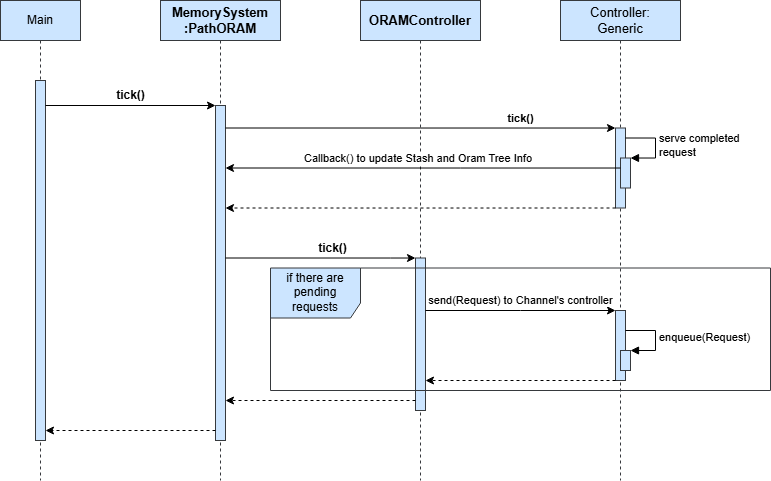
Earlier version of the draw.io export diagrams/SD_PathORAM_ProcessRequest_Reading.drawio.png (emanueledim/ramulator2_pathoram). Source tidied: cells renumbered, new cells last; positions are measured from the earlier drawing's top-left corner, leaving out a move shared by most shapes. Source of this version:
```xml
<mxGraphModel>
  <root>
    <mxCell id="0" />
    <mxCell id="1" parent="0" />
    <mxCell id="2" value="Main" style="shape=umlLifeline;perimeter=lifelinePerimeter;whiteSpace=wrap;html=1;newEdgeStyle={&quot;curved&quot;:0,&quot;rounded&quot;:0};fillColor=#cce5ff;strokeColor=#36393d;" parent="1" vertex="1">
      <mxGeometry width="80" height="480" as="geometry" />
    </mxCell>
    <mxCell id="3" style="html=1;points=[[0,0,0,0,5],[0,1,0,0,-5],[1,0,0,0,5],[1,1,0,0,-5]];perimeter=orthogonalPerimeter;outlineConnect=0;targetShapes=umlLifeline;portConstraint=eastwest;newEdgeStyle={&quot;curved&quot;:0,&quot;rounded&quot;:0};fillColor=#cce5ff;strokeColor=#36393d;fontSize=13;" parent="2" vertex="1">
      <mxGeometry x="35" y="80" width="10" height="360" as="geometry" />
    </mxCell>
    <mxCell id="4" value="MemorySystem&lt;br&gt;:PathORAM" style="shape=umlLifeline;perimeter=lifelinePerimeter;whiteSpace=wrap;html=1;newEdgeStyle={&quot;curved&quot;:0,&quot;rounded&quot;:0};fillColor=#cce5ff;strokeColor=#36393d;fontSize=13;fontStyle=1;" parent="1" vertex="1">
      <mxGeometry x="160" width="120" height="480" as="geometry" />
    </mxCell>
    <mxCell id="5" style="html=1;points=[[0,0,0,0,5],[0,1,0,0,-5],[1,0,0,0,5],[1,1,0,0,-5]];perimeter=orthogonalPerimeter;outlineConnect=0;targetShapes=umlLifeline;portConstraint=eastwest;newEdgeStyle={&quot;curved&quot;:0,&quot;rounded&quot;:0};fillColor=#cce5ff;strokeColor=#36393d;fontSize=13;" parent="4" vertex="1">
      <mxGeometry x="55" y="105" width="10" height="335" as="geometry" />
    </mxCell>
    <mxCell id="6" value="Controller:&lt;br&gt;Generic" style="shape=umlLifeline;perimeter=lifelinePerimeter;whiteSpace=wrap;html=1;newEdgeStyle={&quot;curved&quot;:0,&quot;rounded&quot;:0};fillColor=#cce5ff;strokeColor=#36393d;fontSize=13;" parent="1" vertex="1">
      <mxGeometry x="560" width="120" height="480" as="geometry" />
    </mxCell>
    <mxCell id="7" style="edgeStyle=orthogonalEdgeStyle;rounded=0;orthogonalLoop=1;jettySize=auto;html=1;curved=0;fontSize=13;entryX=0;entryY=0;entryDx=0;entryDy=5;entryPerimeter=0;" parent="1" edge="1">
      <mxGeometry relative="1" as="geometry">
        <mxPoint x="45" y="105" as="sourcePoint" />
        <mxPoint x="215" y="105" as="targetPoint" />
      </mxGeometry>
    </mxCell>
    <mxCell id="8" value="tick()" style="edgeLabel;html=1;align=center;verticalAlign=middle;fontSize=12;fontStyle=1;" parent="7" vertex="1">
      <mxGeometry x="-0.22" y="1" relative="1" as="geometry">
        <mxPoint x="19" y="-9" as="offset" />
      </mxGeometry>
    </mxCell>
    <mxCell id="9" value="ORAMController" style="shape=umlLifeline;perimeter=lifelinePerimeter;whiteSpace=wrap;html=1;newEdgeStyle={&quot;curved&quot;:0,&quot;rounded&quot;:0};fillColor=#cce5ff;strokeColor=#36393d;fontSize=13;fontStyle=1;" parent="1" vertex="1">
      <mxGeometry x="360" width="120" height="480" as="geometry" />
    </mxCell>
    <mxCell id="10" style="html=1;points=[[0,0,0,0,5],[0,1,0,0,-5],[1,0,0,0,5],[1,1,0,0,-5]];perimeter=orthogonalPerimeter;outlineConnect=0;targetShapes=umlLifeline;portConstraint=eastwest;newEdgeStyle={&quot;curved&quot;:0,&quot;rounded&quot;:0};fillColor=#cce5ff;strokeColor=#36393d;" parent="9" vertex="1">
      <mxGeometry x="255" y="127.5" width="10" height="80" as="geometry" />
    </mxCell>
    <mxCell id="11" style="html=1;points=[[0,0,0,0,5],[0,1,0,0,-5],[1,0,0,0,5],[1,1,0,0,-5]];perimeter=orthogonalPerimeter;outlineConnect=0;targetShapes=umlLifeline;portConstraint=eastwest;newEdgeStyle={&quot;curved&quot;:0,&quot;rounded&quot;:0};fillColor=#cce5ff;strokeColor=#36393d;" parent="9" vertex="1">
      <mxGeometry x="260" y="157.5" width="10" height="30" as="geometry" />
    </mxCell>
    <mxCell id="12" value="serve completed&lt;br&gt;request" style="html=1;align=left;spacingLeft=2;endArrow=block;rounded=0;edgeStyle=orthogonalEdgeStyle;curved=0;rounded=0;" parent="9" edge="1" target="11">
      <mxGeometry relative="1" as="geometry">
        <mxPoint x="265" y="137.5" as="sourcePoint" />
        <Array as="points">
          <mxPoint x="295" y="137.5" />
          <mxPoint x="295" y="157.5" />
        </Array>
      </mxGeometry>
    </mxCell>
    <mxCell id="13" style="html=1;points=[[0,0,0,0,5],[0,1,0,0,-5],[1,0,0,0,5],[1,1,0,0,-5]];perimeter=orthogonalPerimeter;outlineConnect=0;targetShapes=umlLifeline;portConstraint=eastwest;newEdgeStyle={&quot;curved&quot;:0,&quot;rounded&quot;:0};fillColor=#cce5ff;strokeColor=#36393d;fontSize=13;" parent="9" vertex="1">
      <mxGeometry x="255" y="310" width="10" height="70" as="geometry" />
    </mxCell>
    <mxCell id="14" style="html=1;points=[[0,0,0,0,5],[0,1,0,0,-5],[1,0,0,0,5],[1,1,0,0,-5]];perimeter=orthogonalPerimeter;outlineConnect=0;targetShapes=umlLifeline;portConstraint=eastwest;newEdgeStyle={&quot;curved&quot;:0,&quot;rounded&quot;:0};fillColor=#cce5ff;strokeColor=#36393d;fontSize=13;" parent="9" vertex="1">
      <mxGeometry x="55" y="257.5" width="10" height="152.5" as="geometry" />
    </mxCell>
    <mxCell id="15" style="edgeStyle=orthogonalEdgeStyle;rounded=0;jettySize=auto;html=1;curved=0;" parent="9" edge="1" source="14" target="13">
      <mxGeometry relative="1" as="geometry">
        <Array as="points">
          <mxPoint x="160" y="310" />
          <mxPoint x="160" y="310" />
        </Array>
      </mxGeometry>
    </mxCell>
    <mxCell id="16" value="send(Request) to Channel's controller" style="edgeLabel;html=1;align=center;verticalAlign=middle;" parent="15" vertex="1">
      <mxGeometry x="-0.29" y="2" relative="1" as="geometry">
        <mxPoint x="27" y="-8" as="offset" />
      </mxGeometry>
    </mxCell>
    <mxCell id="17" style="edgeStyle=orthogonalEdgeStyle;rounded=0;orthogonalLoop=1;jettySize=auto;html=1;curved=0;dashed=1;" parent="9" edge="1">
      <mxGeometry relative="1" as="geometry">
        <mxPoint x="255" y="380" as="sourcePoint" />
        <mxPoint x="65" y="380" as="targetPoint" />
        <Array as="points">
          <mxPoint x="140" y="380" />
          <mxPoint x="140" y="380" />
        </Array>
      </mxGeometry>
    </mxCell>
    <mxCell id="18" value="tick()" style="edgeStyle=orthogonalEdgeStyle;rounded=0;jettySize=auto;html=1;curved=0;fontStyle=1;" parent="9" edge="1" target="10">
      <mxGeometry x="0.51" y="10" relative="1" as="geometry">
        <mxPoint x="-135" y="127.5" as="sourcePoint" />
        <Array as="points">
          <mxPoint x="60" y="127.5" />
          <mxPoint x="60" y="127.5" />
        </Array>
      </mxGeometry>
    </mxCell>
    <mxCell id="19" style="edgeStyle=orthogonalEdgeStyle;rounded=0;jettySize=auto;html=1;curved=0;dashed=1;" parent="9" edge="1" source="10">
      <mxGeometry relative="1" as="geometry">
        <mxPoint x="-135" y="207.5" as="targetPoint" />
        <Array as="points">
          <mxPoint x="70" y="207.5" />
          <mxPoint x="70" y="207.5" />
        </Array>
      </mxGeometry>
    </mxCell>
    <mxCell id="20" style="edgeStyle=orthogonalEdgeStyle;rounded=0;jettySize=auto;html=1;curved=0;fontSize=13;" parent="9" edge="1" target="14">
      <mxGeometry relative="1" as="geometry">
        <mxPoint x="-135" y="257.5" as="sourcePoint" />
        <Array as="points">
          <mxPoint x="30" y="257.5" />
          <mxPoint x="30" y="257.5" />
        </Array>
      </mxGeometry>
    </mxCell>
    <mxCell id="21" value="tick()" style="edgeLabel;html=1;align=center;verticalAlign=middle;fontSize=12;fontStyle=1;" parent="20" vertex="1">
      <mxGeometry x="-0.19" y="1" relative="1" as="geometry">
        <mxPoint x="29" y="-9" as="offset" />
      </mxGeometry>
    </mxCell>
    <mxCell id="22" value="Callback() to update Stash and Oram Tree Info&amp;nbsp;" style="edgeStyle=orthogonalEdgeStyle;rounded=0;jettySize=auto;html=1;curved=0;" parent="9" edge="1" source="11">
      <mxGeometry x="0.02" y="-10" relative="1" as="geometry">
        <mxPoint x="-135" y="167.5" as="targetPoint" />
        <Array as="points">
          <mxPoint x="100" y="167.5" />
          <mxPoint x="100" y="167.5" />
        </Array>
      </mxGeometry>
    </mxCell>
    <mxCell id="23" value="if there are pending requests" style="shape=umlFrame;whiteSpace=wrap;html=1;width=90;height=50;fillColor=#cce5ff;strokeColor=#36393d;" parent="9" vertex="1">
      <mxGeometry x="-90" y="267.5" width="500" height="122.5" as="geometry" />
    </mxCell>
    <mxCell id="24" style="edgeStyle=orthogonalEdgeStyle;rounded=0;jettySize=auto;html=1;curved=0;dashed=1;" parent="1" edge="1" source="5" target="3">
      <mxGeometry relative="1" as="geometry">
        <Array as="points">
          <mxPoint x="150" y="430" />
          <mxPoint x="150" y="430" />
        </Array>
      </mxGeometry>
    </mxCell>
    <mxCell id="25" style="html=1;points=[[0,0,0,0,5],[0,1,0,0,-5],[1,0,0,0,5],[1,1,0,0,-5]];perimeter=orthogonalPerimeter;outlineConnect=0;targetShapes=umlLifeline;portConstraint=eastwest;newEdgeStyle={&quot;curved&quot;:0,&quot;rounded&quot;:0};fillColor=#cce5ff;strokeColor=#36393d;" parent="1" vertex="1">
      <mxGeometry x="620" y="350" width="10" height="20" as="geometry" />
    </mxCell>
    <mxCell id="26" value="enqueue(Request)" style="html=1;align=left;spacingLeft=2;endArrow=block;rounded=0;edgeStyle=orthogonalEdgeStyle;curved=0;rounded=0;" parent="1" edge="1" target="25">
      <mxGeometry relative="1" as="geometry">
        <mxPoint x="625" y="330" as="sourcePoint" />
        <Array as="points">
          <mxPoint x="655" y="330" />
          <mxPoint x="655" y="350" />
        </Array>
      </mxGeometry>
    </mxCell>
    <mxCell id="27" style="edgeStyle=orthogonalEdgeStyle;rounded=0;jettySize=auto;html=1;curved=0;dashed=1;" parent="1" edge="1" source="14" target="5">
      <mxGeometry relative="1" as="geometry">
        <Array as="points">
          <mxPoint x="320" y="400" />
          <mxPoint x="320" y="400" />
        </Array>
      </mxGeometry>
    </mxCell>
  </root>
</mxGraphModel>
```
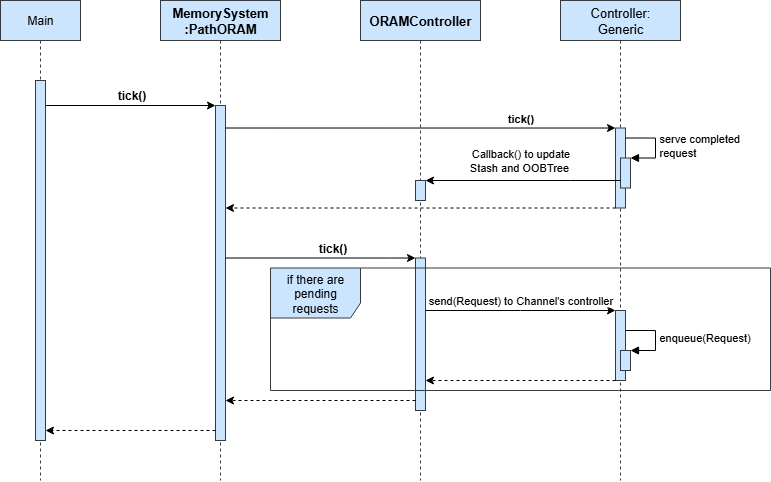
Above is the later version.

Change to the diagram source:
```diff
@@ -17,20 +17,23 @@
     <mxCell id="6" value="Controller:&lt;br&gt;Generic" style="shape=umlLifeline;perimeter=lifelinePerimeter;whiteSpace=wrap;html=1;newEdgeStyle={&quot;curved&quot;:0,&quot;rounded&quot;:0};fillColor=#cce5ff;strokeColor=#36393d;fontSize=13;" parent="1" vertex="1">
       <mxGeometry x="560" width="120" height="480" as="geometry" />
     </mxCell>
-    <mxCell id="7" style="edgeStyle=orthogonalEdgeStyle;rounded=0;orthogonalLoop=1;jettySize=auto;html=1;curved=0;fontSize=13;entryX=0;entryY=0;entryDx=0;entryDy=5;entryPerimeter=0;" parent="1" edge="1">
-      <mxGeometry relative="1" as="geometry">
-        <mxPoint x="45" y="105" as="sourcePoint" />
-        <mxPoint x="215" y="105" as="targetPoint" />
-      </mxGeometry>
-    </mxCell>
-    <mxCell id="8" value="tick()" style="edgeLabel;html=1;align=center;verticalAlign=middle;fontSize=12;fontStyle=1;" parent="7" vertex="1">
-      <mxGeometry x="-0.22" y="1" relative="1" as="geometry">
-        <mxPoint x="19" y="-9" as="offset" />
-      </mxGeometry>
-    </mxCell>
+    <mxCell id="28" style="edgeStyle=orthogonalEdgeStyle;rounded=0;orthogonalLoop=1;jettySize=auto;html=1;curved=0;fontSize=13;entryX=0;entryY=0;entryDx=0;entryDy=5;entryPerimeter=0;" parent="1" edge="1">
+      <mxGeometry relative="1" as="geometry">
+        <mxPoint x="45" y="105" as="sourcePoint" />
+        <mxPoint x="215" y="105" as="targetPoint" />
+      </mxGeometry>
+    </mxCell>
+    <mxCell id="29" value="tick()" style="edgeLabel;html=1;align=center;verticalAlign=middle;fontSize=12;fontStyle=1;" parent="28" vertex="1">
+      <mxGeometry x="-0.22" y="1" relative="1" as="geometry">
+        <mxPoint x="19" y="-9" as="offset" />
+      </mxGeometry>
+    </mxCell>
     <mxCell id="9" value="ORAMController" style="shape=umlLifeline;perimeter=lifelinePerimeter;whiteSpace=wrap;html=1;newEdgeStyle={&quot;curved&quot;:0,&quot;rounded&quot;:0};fillColor=#cce5ff;strokeColor=#36393d;fontSize=13;fontStyle=1;" parent="1" vertex="1">
       <mxGeometry x="360" width="120" height="480" as="geometry" />
     </mxCell>
+    <mxCell id="30" style="html=1;perimeter=orthogonalPerimeter;targetShapes=umlLifeline;newEdgeStyle={&quot;curved&quot;:0,&quot;rounded&quot;:0};fillColor=#cce5ff;strokeColor=#36393d;" parent="9" vertex="1">
+      <mxGeometry x="55" y="180" width="10" height="20" as="geometry" />
+    </mxCell>
     <mxCell id="10" style="html=1;points=[[0,0,0,0,5],[0,1,0,0,-5],[1,0,0,0,5],[1,1,0,0,-5]];perimeter=orthogonalPerimeter;outlineConnect=0;targetShapes=umlLifeline;portConstraint=eastwest;newEdgeStyle={&quot;curved&quot;:0,&quot;rounded&quot;:0};fillColor=#cce5ff;strokeColor=#36393d;" parent="9" vertex="1">
       <mxGeometry x="255" y="127.5" width="10" height="80" as="geometry" />
     </mxCell>
@@ -65,16 +68,16 @@
         <mxPoint x="27" y="-8" as="offset" />
       </mxGeometry>
     </mxCell>
-    <mxCell id="17" style="edgeStyle=orthogonalEdgeStyle;rounded=0;orthogonalLoop=1;jettySize=auto;html=1;curved=0;dashed=1;" parent="9" edge="1">
-      <mxGeometry relative="1" as="geometry">
-        <mxPoint x="255" y="380" as="sourcePoint" />
-        <mxPoint x="65" y="380" as="targetPoint" />
-        <Array as="points">
-          <mxPoint x="140" y="380" />
-          <mxPoint x="140" y="380" />
-        </Array>
-      </mxGeometry>
-    </mxCell>
+    <mxCell id="31" style="edgeStyle=orthogonalEdgeStyle;rounded=0;orthogonalLoop=1;jettySize=auto;html=1;curved=0;dashed=1;" parent="9" edge="1">
+      <mxGeometry relative="1" as="geometry">
+        <mxPoint x="255" y="380" as="sourcePoint" />
+        <mxPoint x="65" y="380" as="targetPoint" />
+        <Array as="points">
+          <mxPoint x="140" y="380" />
+          <mxPoint x="140" y="380" />
+        </Array>
+      </mxGeometry>
+    </mxCell>
     <mxCell id="18" value="tick()" style="edgeStyle=orthogonalEdgeStyle;rounded=0;jettySize=auto;html=1;curved=0;fontStyle=1;" parent="9" edge="1" target="10">
       <mxGeometry x="0.51" y="10" relative="1" as="geometry">
         <mxPoint x="-135" y="127.5" as="sourcePoint" />
@@ -84,38 +87,38 @@
         </Array>
       </mxGeometry>
     </mxCell>
-    <mxCell id="19" style="edgeStyle=orthogonalEdgeStyle;rounded=0;jettySize=auto;html=1;curved=0;dashed=1;" parent="9" edge="1" source="10">
-      <mxGeometry relative="1" as="geometry">
-        <mxPoint x="-135" y="207.5" as="targetPoint" />
-        <Array as="points">
-          <mxPoint x="70" y="207.5" />
-          <mxPoint x="70" y="207.5" />
-        </Array>
-      </mxGeometry>
-    </mxCell>
-    <mxCell id="20" style="edgeStyle=orthogonalEdgeStyle;rounded=0;jettySize=auto;html=1;curved=0;fontSize=13;" parent="9" edge="1" target="14">
-      <mxGeometry relative="1" as="geometry">
-        <mxPoint x="-135" y="257.5" as="sourcePoint" />
-        <Array as="points">
-          <mxPoint x="30" y="257.5" />
-          <mxPoint x="30" y="257.5" />
-        </Array>
-      </mxGeometry>
-    </mxCell>
-    <mxCell id="21" value="tick()" style="edgeLabel;html=1;align=center;verticalAlign=middle;fontSize=12;fontStyle=1;" parent="20" vertex="1">
-      <mxGeometry x="-0.19" y="1" relative="1" as="geometry">
-        <mxPoint x="29" y="-9" as="offset" />
-      </mxGeometry>
-    </mxCell>
-    <mxCell id="22" value="Callback() to update Stash and Oram Tree Info&amp;nbsp;" style="edgeStyle=orthogonalEdgeStyle;rounded=0;jettySize=auto;html=1;curved=0;" parent="9" edge="1" source="11">
-      <mxGeometry x="0.02" y="-10" relative="1" as="geometry">
-        <mxPoint x="-135" y="167.5" as="targetPoint" />
-        <Array as="points">
-          <mxPoint x="100" y="167.5" />
-          <mxPoint x="100" y="167.5" />
-        </Array>
-      </mxGeometry>
-    </mxCell>
+    <mxCell id="32" style="edgeStyle=orthogonalEdgeStyle;rounded=0;jettySize=auto;html=1;curved=0;dashed=1;" parent="9" edge="1" source="10">
+      <mxGeometry relative="1" as="geometry">
+        <mxPoint x="-135" y="207.5" as="targetPoint" />
+        <Array as="points">
+          <mxPoint x="70" y="207.5" />
+          <mxPoint x="70" y="207.5" />
+        </Array>
+      </mxGeometry>
+    </mxCell>
+    <mxCell id="33" style="edgeStyle=orthogonalEdgeStyle;rounded=0;jettySize=auto;html=1;curved=0;fontSize=13;" parent="9" edge="1" target="14">
+      <mxGeometry relative="1" as="geometry">
+        <mxPoint x="-135" y="257.5" as="sourcePoint" />
+        <Array as="points">
+          <mxPoint x="30" y="257.5" />
+          <mxPoint x="30" y="257.5" />
+        </Array>
+      </mxGeometry>
+    </mxCell>
+    <mxCell id="34" value="tick()" style="edgeLabel;html=1;align=center;verticalAlign=middle;fontSize=12;fontStyle=1;" parent="33" vertex="1">
+      <mxGeometry x="-0.19" y="1" relative="1" as="geometry">
+        <mxPoint x="29" y="-9" as="offset" />
+      </mxGeometry>
+    </mxCell>
+    <mxCell id="35" value="Callback() to update&lt;br&gt;Stash and OOBTree&amp;nbsp;" style="edgeStyle=orthogonalEdgeStyle;rounded=0;jettySize=auto;html=1;curved=0;" parent="9" edge="1" source="11">
+      <mxGeometry x="0.03" y="-20" relative="1" as="geometry">
+        <mxPoint x="65" y="180" as="targetPoint" />
+        <Array as="points">
+          <mxPoint x="210" y="180" />
+          <mxPoint x="210" y="180" />
+        </Array>
+      </mxGeometry>
+    </mxCell>
     <mxCell id="23" value="if there are pending requests" style="shape=umlFrame;whiteSpace=wrap;html=1;width=90;height=50;fillColor=#cce5ff;strokeColor=#36393d;" parent="9" vertex="1">
       <mxGeometry x="-90" y="267.5" width="500" height="122.5" as="geometry" />
     </mxCell>
```
